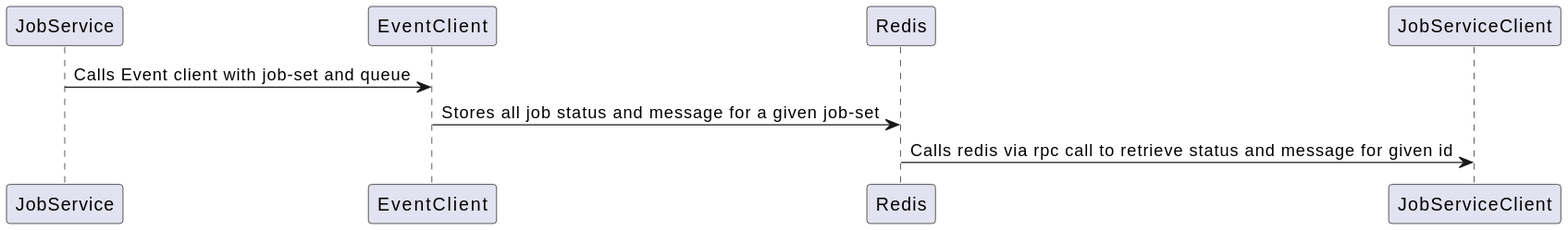
armadaproject/armada keeps this PlantUML diagram as docs/design/jobservice/job-service.svg. Above is the earlier version. Source of this version:
```plantuml
@startuml
JobService -> EventClient : Calls Event client with job-set and queue
EventClient -> Redis : Stores all job status and message for a given job-set
Redis -> JobServiceClient : Calls redis via rpc call to retrieve status and message for given id
@enduml
```
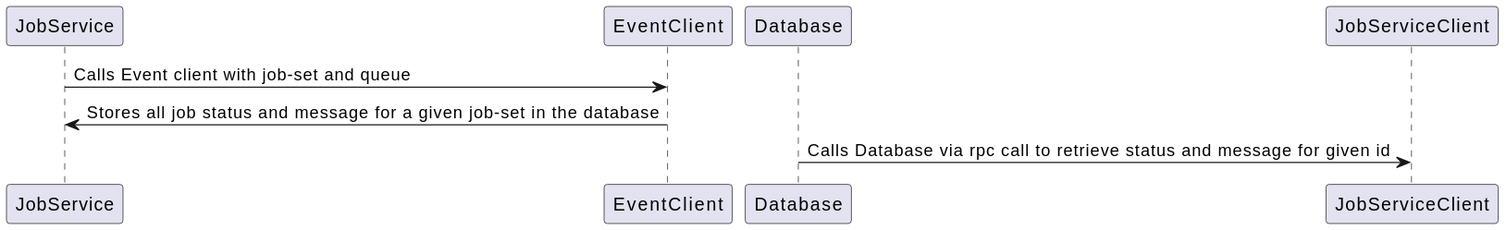
Later version of the same file.

The edit, as a diff of the source:
```diff
@@ -1,5 +1,5 @@
 @startuml
 JobService -> EventClient : Calls Event client with job-set and queue
-EventClient -> Redis : Stores all job status and message for a given job-set
-Redis -> JobServiceClient : Calls redis via rpc call to retrieve status and message for given id
+EventClient -> JobService : Stores all job status and message for a given job-set in the database
+Database -> JobServiceClient : Calls Database via rpc call to retrieve status and message for given id
 @enduml
```
